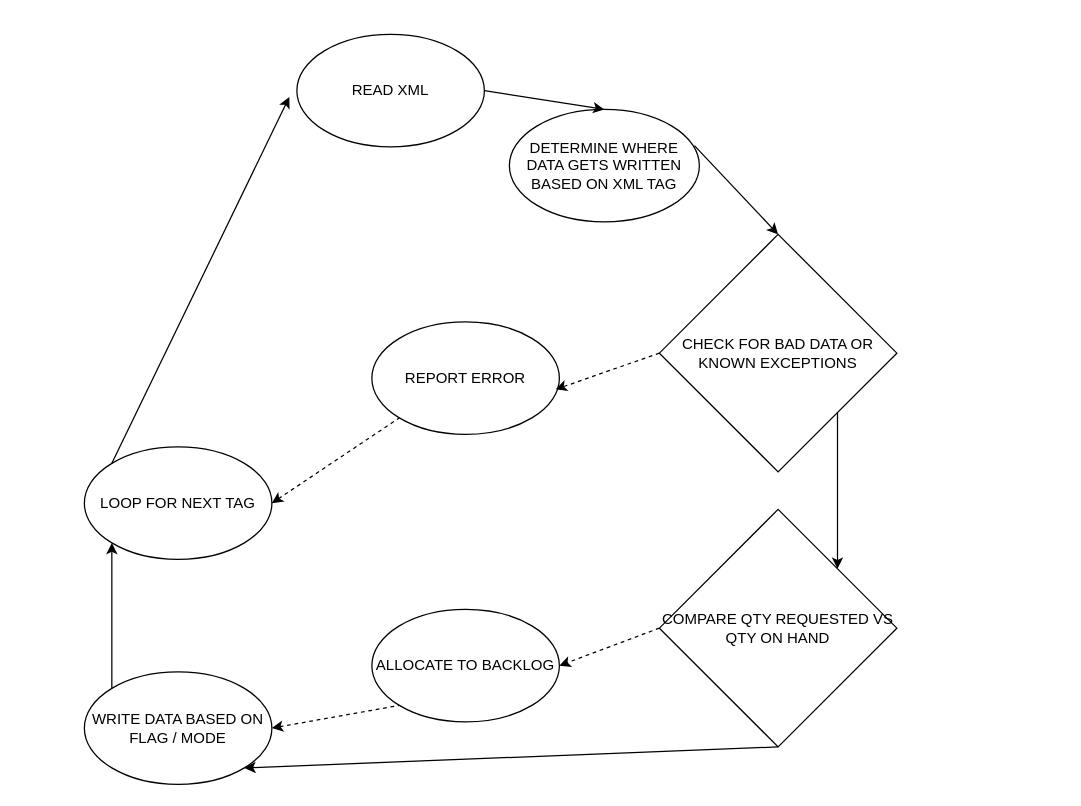
The draw.io diagram drawio/one.drawio in eveyv/flow_charts_drawio, before the edit. Source tidied: cells renumbered, new cells numbered last; positions are measured from the earlier drawing's top-left corner, leaving out a move shared by most shapes. Both pictures are drawn from the tidied source at 125%, with x=0, y=0 at pixel (84, 34).
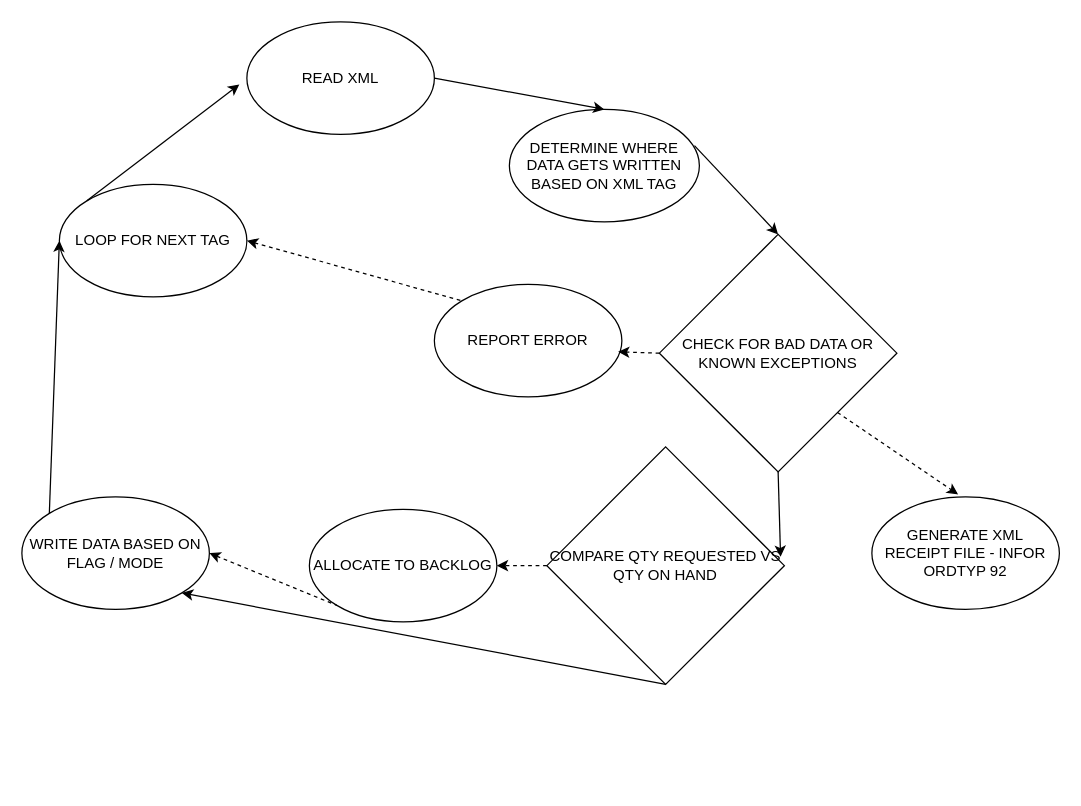
The same diagram, later.

Commit message:
fixed flow for external orders

The change refers to these unchanged cells:
```xml
<mxCell id="2" value="CHECK FOR BAD DATA OR KNOWN EXCEPTIONS" style="rhombus;whiteSpace=wrap;html=1;" parent="1" vertex="1">
  <mxGeometry x="460" y="160" width="190" height="190" as="geometry" />
</mxCell>
```

The edit, as a diff of the source:
```diff
@@
     <mxCell id="3" value="READ XML" style="ellipse;whiteSpace=wrap;html=1;" parent="1" vertex="1">
-      <mxGeometry x="170" width="150" height="90" as="geometry" />
+      <mxGeometry x="130" y="-10" width="150" height="90" as="geometry" />
     </mxCell>
@@
     <mxCell id="5" value="WRITE DATA BASED ON FLAG / MODE" style="ellipse;whiteSpace=wrap;html=1;" parent="1" vertex="1">
-      <mxGeometry y="510" width="150" height="90" as="geometry" />
+      <mxGeometry x="-50" y="370" width="150" height="90" as="geometry" />
     </mxCell>
     <mxCell id="6" value="REPORT ERROR" style="ellipse;whiteSpace=wrap;html=1;" parent="1" vertex="1">
-      <mxGeometry x="230" y="230" width="150" height="90" as="geometry" />
+      <mxGeometry x="280" y="200" width="150" height="90" as="geometry" />
     </mxCell>
     <mxCell id="7" value="ALLOCATE TO BACKLOG" style="ellipse;whiteSpace=wrap;html=1;" parent="1" vertex="1">
-      <mxGeometry x="230" y="460" width="150" height="90" as="geometry" />
+      <mxGeometry x="180" y="380" width="150" height="90" as="geometry" />
     </mxCell>
     <mxCell id="8" value="COMPARE QTY REQUESTED VS QTY ON HAND" style="rhombus;whiteSpace=wrap;html=1;" parent="1" vertex="1">
-      <mxGeometry x="460" y="380" width="190" height="190" as="geometry" />
+      <mxGeometry x="370" y="330" width="190" height="190" as="geometry" />
     </mxCell>
     <mxCell id="9" value="LOOP FOR NEXT TAG" style="ellipse;whiteSpace=wrap;html=1;" parent="1" vertex="1">
-      <mxGeometry y="330" width="150" height="90" as="geometry" />
+      <mxGeometry x="-20" y="120" width="150" height="90" as="geometry" />
     </mxCell>
@@
-    <mxCell id="14" style="endArrow=classic;html=1;rounded=0;exitX=1;exitY=1;exitDx=0;exitDy=0;endFill=1;entryX=1;entryY=0;entryDx=0;entryDy=0;" parent="1" edge="1" source="2" target="8">
+    <mxCell id="14" style="endArrow=classic;html=1;rounded=0;exitX=0.5;exitY=1;exitDx=0;exitDy=0;endFill=1;entryX=0.984;entryY=0.463;entryDx=0;entryDy=0;entryPerimeter=0;" parent="1" edge="1" source="2" target="8">
       <mxGeometry relative="1" as="geometry" />
     </mxCell>
@@
-    <mxCell id="16" style="endArrow=classic;html=1;rounded=0;exitX=0;exitY=0;exitDx=0;exitDy=0;endFill=1;entryX=0;entryY=1;entryDx=0;entryDy=0;" parent="1" edge="1" source="5" target="9">
-      <mxGeometry relative="1" as="geometry" />
-    </mxCell>
-    <mxCell id="17" style="endArrow=classic;html=1;rounded=0;exitX=0;exitY=0;exitDx=0;exitDy=0;entryX=-0.04;entryY=0.556;entryDx=0;entryDy=0;entryPerimeter=0;" parent="1" edge="1" source="9" target="3">
+    <mxCell id="17" style="endArrow=classic;html=1;rounded=0;entryX=-0.04;entryY=0.556;entryDx=0;entryDy=0;entryPerimeter=0;exitX=0;exitY=0;exitDx=0;exitDy=0;" parent="1" edge="1" source="9" target="3">
       <mxGeometry relative="1" as="geometry" />
     </mxCell>
-    <mxCell id="18" style="endArrow=none;dashed=1;html=1;strokeWidth=1;rounded=0;exitX=1;exitY=0.5;exitDx=0;exitDy=0;entryX=0;entryY=1;entryDx=0;entryDy=0;startArrow=classic;startFill=1;" parent="1" edge="1" source="9" target="6">
+    <mxCell id="18" style="endArrow=none;dashed=1;html=1;strokeWidth=1;rounded=0;exitX=1;exitY=0.5;exitDx=0;exitDy=0;entryX=0;entryY=0;entryDx=0;entryDy=0;startArrow=classic;startFill=1;" parent="1" edge="1" source="9" target="6">
       <mxGeometry relative="1" as="geometry" />
     </mxCell>
@@
+    <mxCell id="16" style="endArrow=classic;html=1;rounded=0;exitX=0;exitY=0;exitDx=0;exitDy=0;endFill=1;entryX=0;entryY=0.5;entryDx=0;entryDy=0;" parent="1" edge="1" source="5" target="9">
+      <mxGeometry relative="1" as="geometry" />
+    </mxCell>
+    <mxCell id="20" value="GENERATE XML RECEIPT FILE - INFOR ORDTYP 92" style="ellipse;whiteSpace=wrap;html=1;" parent="1" vertex="1">
+      <mxGeometry x="630" y="370" width="150" height="90" as="geometry" />
+    </mxCell>
+    <mxCell id="21" style="endArrow=classic;dashed=1;html=1;rounded=0;exitX=1;exitY=1;exitDx=0;exitDy=0;entryX=0.46;entryY=-0.022;entryDx=0;entryDy=0;entryPerimeter=0;endFill=1;" parent="1" edge="1" source="2" target="20">
+      <mxGeometry relative="1" as="geometry" />
+    </mxCell>
```
